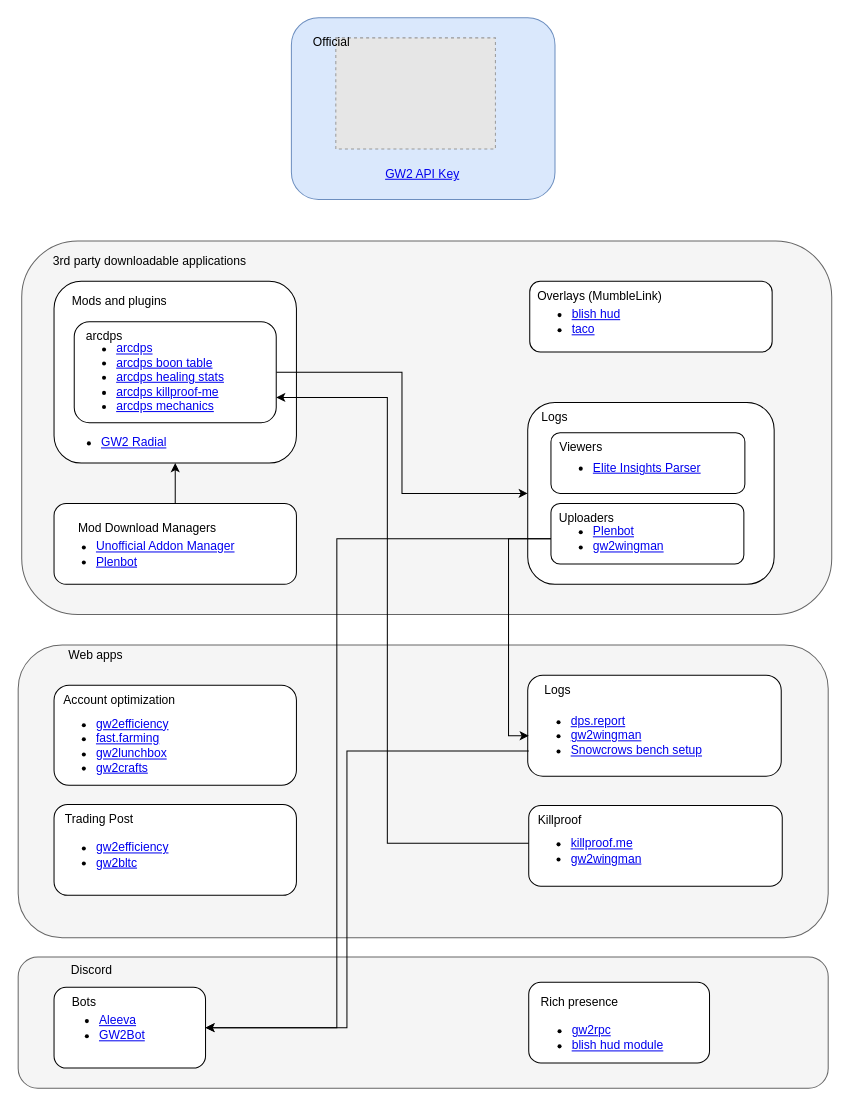
Earlier version of the draw.io diagram index.drawio (jesterxiii/jesterxiii.github.io). Source tidied: cells renumbered, new cells numbered last; positions are measured from the earlier drawing's top-left corner, leaving out a move shared by most shapes. Both pictures are drawn from the tidied source at 101%, with x=0, y=0 at pixel (17, 17). Pictures stored in the file or linked from it are replaced by grey dashed boxes.
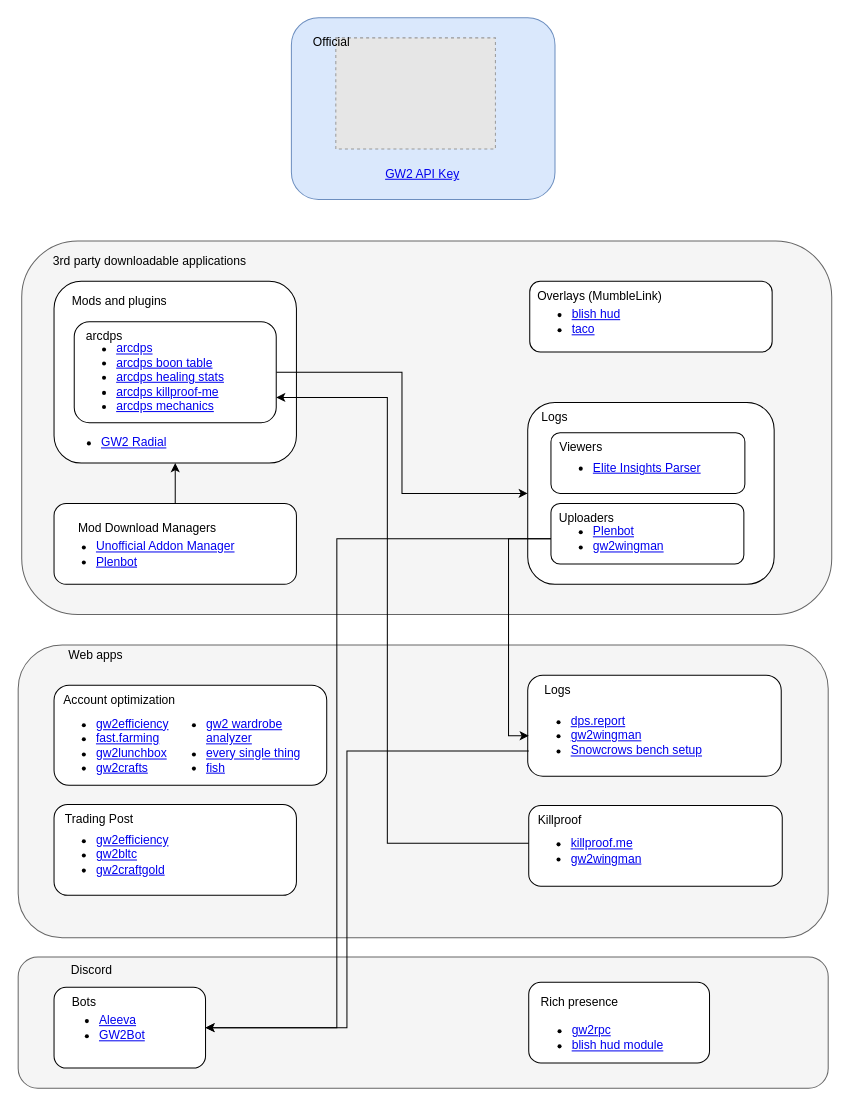
Above is the later version.

What changed in the source:
```diff
@@
     <mxCell id="35" style="rounded=1;whiteSpace=wrap;html=1;" parent="1" vertex="1">
-      <mxGeometry x="36" y="661" width="240" height="99" as="geometry" />
+      <mxGeometry x="36" y="661" width="270" height="99" as="geometry" />
     </mxCell>
@@
-    <mxCell id="40" value="&lt;ul&gt;&lt;li&gt;&lt;a href=&quot;https://gw2efficiency.com/tradingpost&quot;&gt;gw2efficiency&lt;/a&gt;&lt;/li&gt;&lt;li&gt;&lt;a href=&quot;https://www.gw2bltc.com/&quot;&gt;gw2bltc&lt;/a&gt;&lt;/li&gt;&lt;/ul&gt;" style="text;strokeColor=none;align=left;fillColor=none;html=1;verticalAlign=middle;whiteSpace=wrap;rounded=0;" parent="1" vertex="1">
+    <mxCell id="40" value="&lt;ul&gt;&lt;li&gt;&lt;a href=&quot;https://gw2efficiency.com/tradingpost&quot;&gt;gw2efficiency&lt;/a&gt;&lt;/li&gt;&lt;li&gt;&lt;a href=&quot;https://www.gw2bltc.com/&quot;&gt;gw2bltc&lt;/a&gt;&lt;/li&gt;&lt;li&gt;&lt;a href=&quot;https://www.gw2craftgold.com/&quot;&gt;gw2craftgold&lt;/a&gt;&lt;/li&gt;&lt;/ul&gt;" style="text;strokeColor=none;align=left;fillColor=none;html=1;verticalAlign=middle;whiteSpace=wrap;rounded=0;" parent="1" vertex="1">
       <mxGeometry x="36" y="809" width="130" height="40" as="geometry" />
     </mxCell>
@@
+    <mxCell id="56" value="&lt;ul&gt;&lt;li&gt;&lt;a href=&quot;https://immortius.xyz/wardrobe-unlock-analyser/&quot;&gt;gw2 wardrobe analyzer&lt;/a&gt;&lt;/li&gt;&lt;li&gt;&lt;a href=&quot;https://gw2est.com/&quot;&gt;every single thing&lt;/a&gt;&lt;/li&gt;&lt;li&gt;&lt;a href=&quot;https://gw2fish.com/&quot;&gt;fish&lt;/a&gt;&lt;br&gt;&lt;/li&gt;&lt;/ul&gt;" style="text;strokeColor=none;align=left;fillColor=none;html=1;verticalAlign=middle;whiteSpace=wrap;rounded=0;" parent="1" vertex="1">
+      <mxGeometry x="145" y="701" width="161" height="40" as="geometry" />
+    </mxCell>
```
